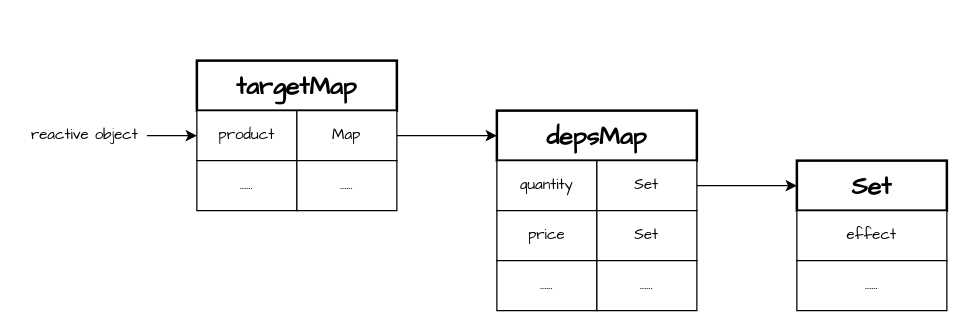
Above: vue/mini-reactivity.drawio in W4yneChen/draw (draw.io), before the change. Source tidied: cells renumbered, new cells numbered last; positions are measured from the earlier drawing's top-left corner, leaving out a move shared by most shapes. Both pictures are drawn from the tidied source at 125%, with x=0, y=0 at pixel (21, 60).
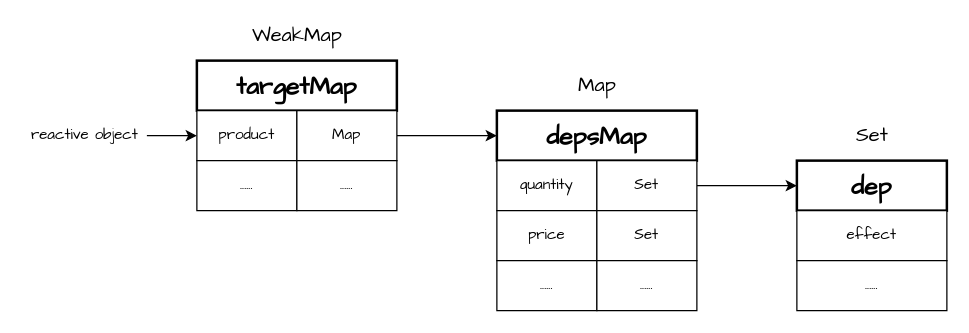
After the change.

Change to the diagram source:
```diff
@@
-    <mxCell id="2" value="targetMap" style="rounded=0;whiteSpace=wrap;html=1;fontStyle=1;fontSize=20;fontFamily=Comic Sans MS;labelBorderColor=none;strokeWidth=2;" parent="1" vertex="1">
+    <mxCell id="2" value="targetMap&lt;br&gt;" style="rounded=0;whiteSpace=wrap;html=1;fontStyle=1;fontSize=20;fontFamily=Comic Sans MS;labelBorderColor=none;strokeWidth=2;" parent="1" vertex="1">
       <mxGeometry x="140" width="160" height="40" as="geometry" />
     </mxCell>
@@
-    <mxCell id="18" value="Set" style="rounded=0;whiteSpace=wrap;html=1;fontStyle=1;fontSize=20;fontFamily=Comic Sans MS;labelBorderColor=none;strokeWidth=2;" parent="1" vertex="1">
+    <mxCell id="18" value="dep" style="rounded=0;whiteSpace=wrap;html=1;fontStyle=1;fontSize=20;fontFamily=Comic Sans MS;labelBorderColor=none;strokeWidth=2;" parent="1" vertex="1">
       <mxGeometry x="620" y="80" width="120" height="40" as="geometry" />
     </mxCell>
@@
+    <mxCell id="21" value="WeakMap" style="text;html=1;align=center;verticalAlign=middle;strokeColor=none;fillColor=none;fontSize=16;fontFamily=Comic Sans MS;" parent="1" vertex="1">
+      <mxGeometry x="175" y="-30" width="90" height="20" as="geometry" />
+    </mxCell>
+    <mxCell id="22" value="Map" style="text;html=1;align=center;verticalAlign=middle;strokeColor=none;fillColor=none;fontSize=16;fontFamily=Comic Sans MS;" parent="1" vertex="1">
+      <mxGeometry x="435" y="10" width="50" height="20" as="geometry" />
+    </mxCell>
+    <mxCell id="23" value="Set" style="text;html=1;align=center;verticalAlign=middle;strokeColor=none;fillColor=none;fontSize=16;fontFamily=Comic Sans MS;" parent="1" vertex="1">
+      <mxGeometry x="660" y="50" width="40" height="20" as="geometry" />
+    </mxCell>
```
